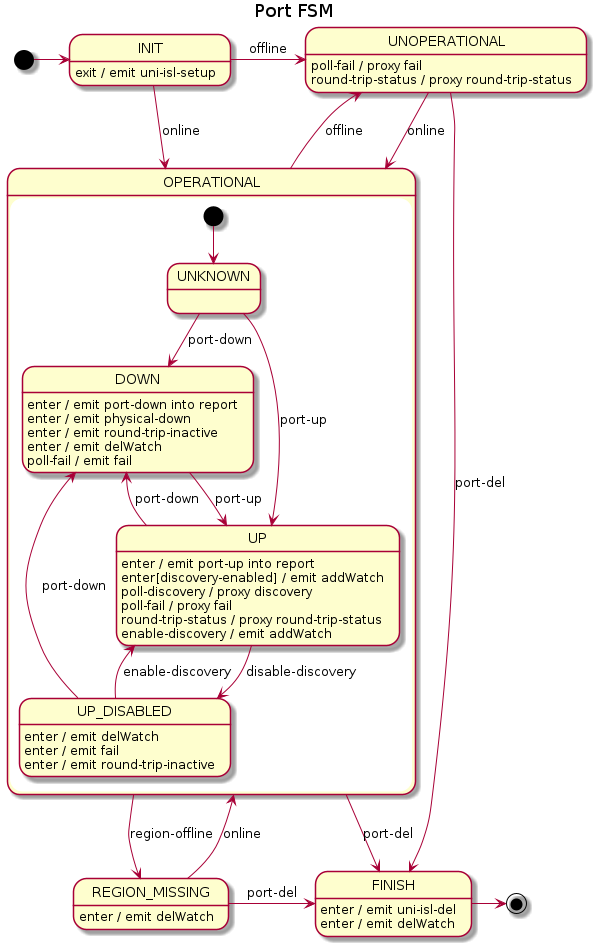
This is docs/design/network-discovery/port-FSM.png from telstra/open-kilda, a PlantUML export, as it was before one commit.
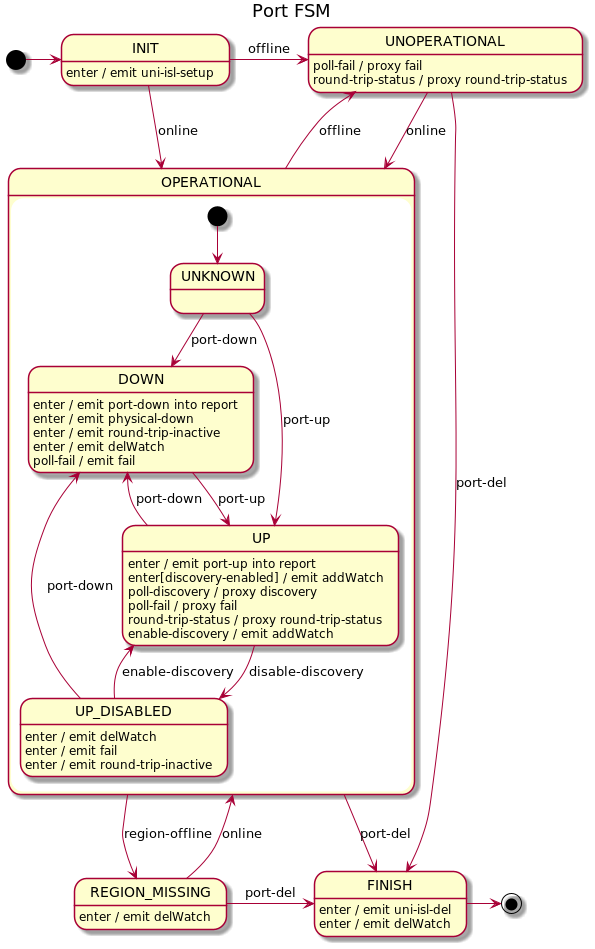
Above is the later version.

Diff of the diagram source:
```diff
@@ -5,7 +5,7 @@
 
 INIT -r-> UNOPERATIONAL : offline
 INIT -r-> OPERATIONAL : online
-INIT : exit / emit uni-isl-setup
+INIT : enter / emit uni-isl-setup
 
 state OPERATIONAL {
     [*] --> UNKNOWN
```
